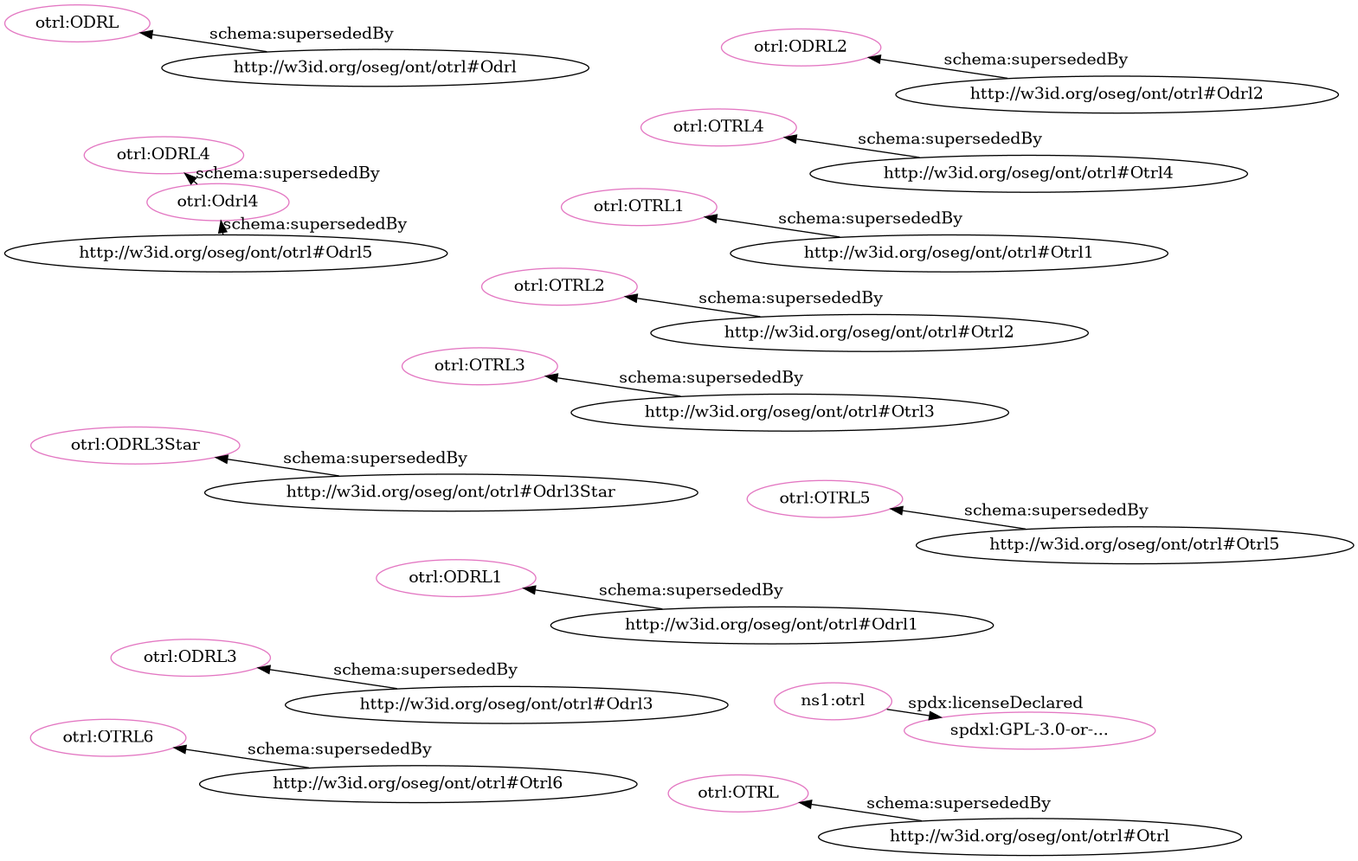
Earlier version of the Graphviz export src/spec/fdp_otrl_deprecated-clean.png (iop-alliance/OpenKnowHow). Its source is kept beside it as src/spec/fdp_otrl_deprecated-clean.dot.
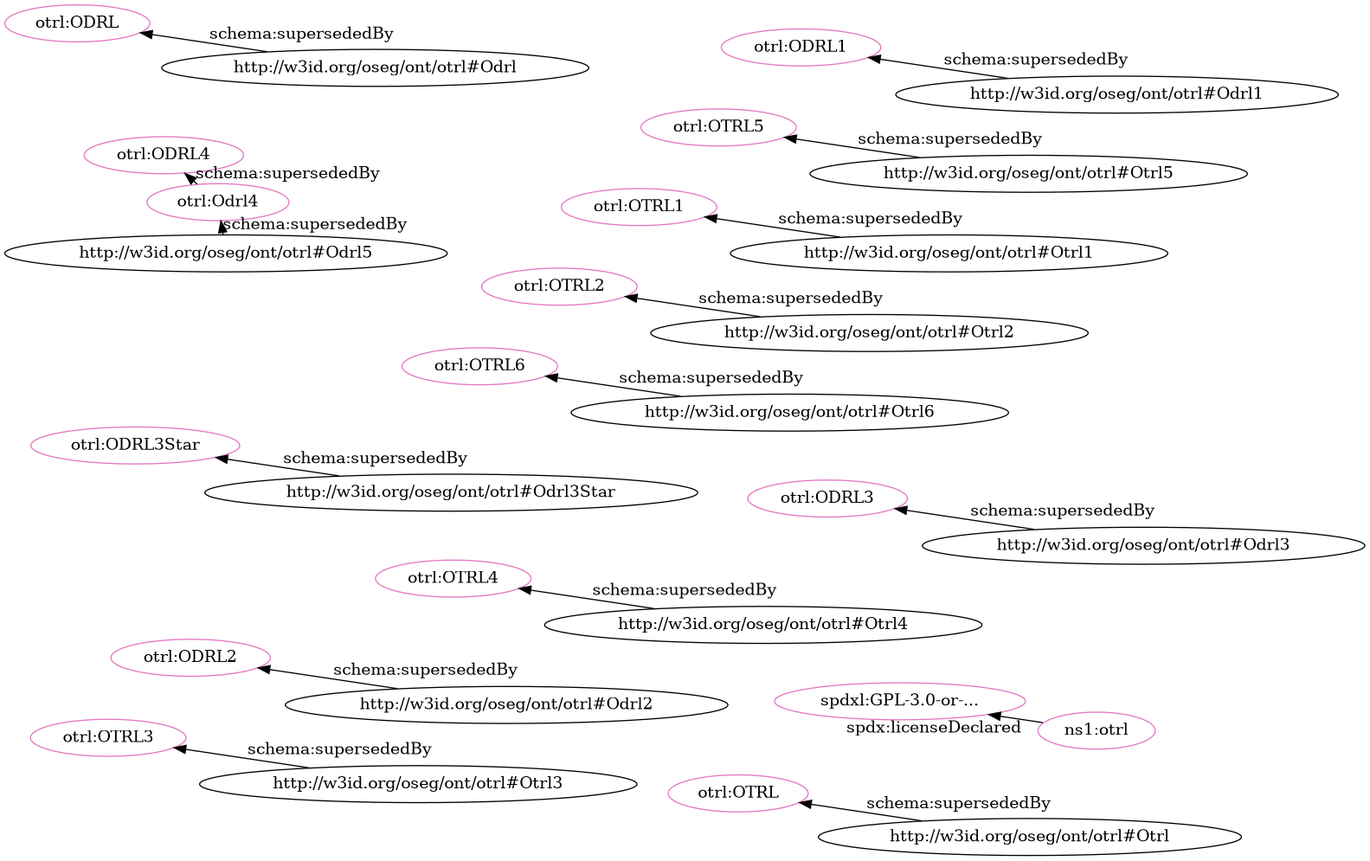
After the change.

What changed in the source:
```diff
@@ -1,35 +1,35 @@
 digraph G {
   rankdir=BT
   node[height=.3]
-"http://w3id.org/oseg/ont/otrl#OTRL3" [fillcolor="#e377c2" color="#e377c2" label="otrl:OTRL3"]
+"http://spdx.org/licenses/GPL-3.0-or-later" [fillcolor="#e377c2" color="#e377c2" label="spdxl:GPL-3.0-or-..."]
+"http://w3id.org/oseg/ont/otrl#OTRL6" [fillcolor="#e377c2" color="#e377c2" label="otrl:OTRL6"]
+"http://w3id.org/oseg/ont/otrl#ODRL4" [fillcolor="#e377c2" color="#e377c2" label="otrl:ODRL4"]
+"http://w3id.org/oseg/ont/otrl#Odrl4" [fillcolor="#e377c2" color="#e377c2" label="otrl:Odrl4"]
 "http://w3id.org/oseg/ont/otrl#OTRL2" [fillcolor="#e377c2" color="#e377c2" label="otrl:OTRL2"]
-"http://w3id.org/oseg/ont/otrl#ODRL1" [fillcolor="#e377c2" color="#e377c2" label="otrl:ODRL1"]
-"http://w3id.org/oseg/ont/otrl" [fillcolor="#e377c2" color="#e377c2" label="ns1:otrl"]
-"http://w3id.org/oseg/ont/otrl#OTRL1" [fillcolor="#e377c2" color="#e377c2" label="otrl:OTRL1"]
-"http://w3id.org/oseg/ont/otrl#ODRL4" [fillcolor="#e377c2" color="#e377c2" label="otrl:ODRL4"]
 "http://w3id.org/oseg/ont/otrl#OTRL4" [fillcolor="#e377c2" color="#e377c2" label="otrl:OTRL4"]
 "http://w3id.org/oseg/ont/otrl#ODRL" [fillcolor="#e377c2" color="#e377c2" label="otrl:ODRL"]
+"http://w3id.org/oseg/ont/otrl#OTRL" [fillcolor="#e377c2" color="#e377c2" label="otrl:OTRL"]
+"http://w3id.org/oseg/ont/otrl#OTRL1" [fillcolor="#e377c2" color="#e377c2" label="otrl:OTRL1"]
+"http://w3id.org/oseg/ont/otrl" [fillcolor="#e377c2" color="#e377c2" label="ns1:otrl"]
+"http://w3id.org/oseg/ont/otrl#ODRL3Star" [fillcolor="#e377c2" color="#e377c2" label="otrl:ODRL3Star"]
+"http://w3id.org/oseg/ont/otrl#OTRL5" [fillcolor="#e377c2" color="#e377c2" label="otrl:OTRL5"]
+"http://w3id.org/oseg/ont/otrl#ODRL2" [fillcolor="#e377c2" color="#e377c2" label="otrl:ODRL2"]
+"http://w3id.org/oseg/ont/otrl#ODRL1" [fillcolor="#e377c2" color="#e377c2" label="otrl:ODRL1"]
+"http://w3id.org/oseg/ont/otrl#OTRL3" [fillcolor="#e377c2" color="#e377c2" label="otrl:OTRL3"]
 "http://w3id.org/oseg/ont/otrl#ODRL3" [fillcolor="#e377c2" color="#e377c2" label="otrl:ODRL3"]
-"http://w3id.org/oseg/ont/otrl#ODRL2" [fillcolor="#e377c2" color="#e377c2" label="otrl:ODRL2"]
-"http://w3id.org/oseg/ont/otrl#ODRL3Star" [fillcolor="#e377c2" color="#e377c2" label="otrl:ODRL3Star"]
-"http://w3id.org/oseg/ont/otrl#OTRL" [fillcolor="#e377c2" color="#e377c2" label="otrl:OTRL"]
-"http://w3id.org/oseg/ont/otrl#OTRL6" [fillcolor="#e377c2" color="#e377c2" label="otrl:OTRL6"]
-"http://spdx.org/licenses/GPL-3.0-or-later" [fillcolor="#e377c2" color="#e377c2" label="spdxl:GPL-3.0-or-..."]
-"http://w3id.org/oseg/ont/otrl#OTRL5" [fillcolor="#e377c2" color="#e377c2" label="otrl:OTRL5"]
-"http://w3id.org/oseg/ont/otrl#Odrl4" [fillcolor="#e377c2" color="#e377c2" label="otrl:Odrl4"]
-  "http://w3id.org/oseg/ont/otrl#Otrl3" -> "http://w3id.org/oseg/ont/otrl#OTRL3" [label="schema:supersededBy"]
+  "http://w3id.org/oseg/ont/otrl" -> "http://spdx.org/licenses/GPL-3.0-or-later" [label="spdx:licenseDeclared"]
+  "http://w3id.org/oseg/ont/otrl#Otrl6" -> "http://w3id.org/oseg/ont/otrl#OTRL6" [label="schema:supersededBy"]
   "http://w3id.org/oseg/ont/otrl#Otrl2" -> "http://w3id.org/oseg/ont/otrl#OTRL2" [label="schema:supersededBy"]
-  "http://w3id.org/oseg/ont/otrl#Odrl1" -> "http://w3id.org/oseg/ont/otrl#ODRL1" [label="schema:supersededBy"]
-  "http://w3id.org/oseg/ont/otrl#Otrl1" -> "http://w3id.org/oseg/ont/otrl#OTRL1" [label="schema:supersededBy"]
   "http://w3id.org/oseg/ont/otrl#Odrl4" -> "http://w3id.org/oseg/ont/otrl#ODRL4" [label="schema:supersededBy"]
-  "http://w3id.org/oseg/ont/otrl#Odrl" -> "http://w3id.org/oseg/ont/otrl#ODRL" [label="schema:supersededBy"]
-  "http://w3id.org/oseg/ont/otrl#Odrl3" -> "http://w3id.org/oseg/ont/otrl#ODRL3" [label="schema:supersededBy"]
-  "http://w3id.org/oseg/ont/otrl#Odrl2" -> "http://w3id.org/oseg/ont/otrl#ODRL2" [label="schema:supersededBy"]
-  "http://w3id.org/oseg/ont/otrl#Odrl3Star" -> "http://w3id.org/oseg/ont/otrl#ODRL3Star" [label="schema:supersededBy"]
-  "http://w3id.org/oseg/ont/otrl#Otrl" -> "http://w3id.org/oseg/ont/otrl#OTRL" [label="schema:supersededBy"]
-  "http://w3id.org/oseg/ont/otrl#Otrl6" -> "http://w3id.org/oseg/ont/otrl#OTRL6" [label="schema:supersededBy"]
-  "http://w3id.org/oseg/ont/otrl" -> "http://spdx.org/licenses/GPL-3.0-or-later" [label="spdx:licenseDeclared"]
-  "http://w3id.org/oseg/ont/otrl#Otrl5" -> "http://w3id.org/oseg/ont/otrl#OTRL5" [label="schema:supersededBy"]
   "http://w3id.org/oseg/ont/otrl#Odrl5" -> "http://w3id.org/oseg/ont/otrl#Odrl4" [label="schema:supersededBy"]
   "http://w3id.org/oseg/ont/otrl#Otrl4" -> "http://w3id.org/oseg/ont/otrl#OTRL4" [label="schema:supersededBy"]
+  "http://w3id.org/oseg/ont/otrl#Odrl" -> "http://w3id.org/oseg/ont/otrl#ODRL" [label="schema:supersededBy"]
+  "http://w3id.org/oseg/ont/otrl#Otrl" -> "http://w3id.org/oseg/ont/otrl#OTRL" [label="schema:supersededBy"]
+  "http://w3id.org/oseg/ont/otrl#Otrl1" -> "http://w3id.org/oseg/ont/otrl#OTRL1" [label="schema:supersededBy"]
+  "http://w3id.org/oseg/ont/otrl#Odrl3Star" -> "http://w3id.org/oseg/ont/otrl#ODRL3Star" [label="schema:supersededBy"]
+  "http://w3id.org/oseg/ont/otrl#Otrl5" -> "http://w3id.org/oseg/ont/otrl#OTRL5" [label="schema:supersededBy"]
+  "http://w3id.org/oseg/ont/otrl#Odrl2" -> "http://w3id.org/oseg/ont/otrl#ODRL2" [label="schema:supersededBy"]
+  "http://w3id.org/oseg/ont/otrl#Odrl1" -> "http://w3id.org/oseg/ont/otrl#ODRL1" [label="schema:supersededBy"]
+  "http://w3id.org/oseg/ont/otrl#Otrl3" -> "http://w3id.org/oseg/ont/otrl#OTRL3" [label="schema:supersededBy"]
+  "http://w3id.org/oseg/ont/otrl#Odrl3" -> "http://w3id.org/oseg/ont/otrl#ODRL3" [label="schema:supersededBy"]
 }
```
